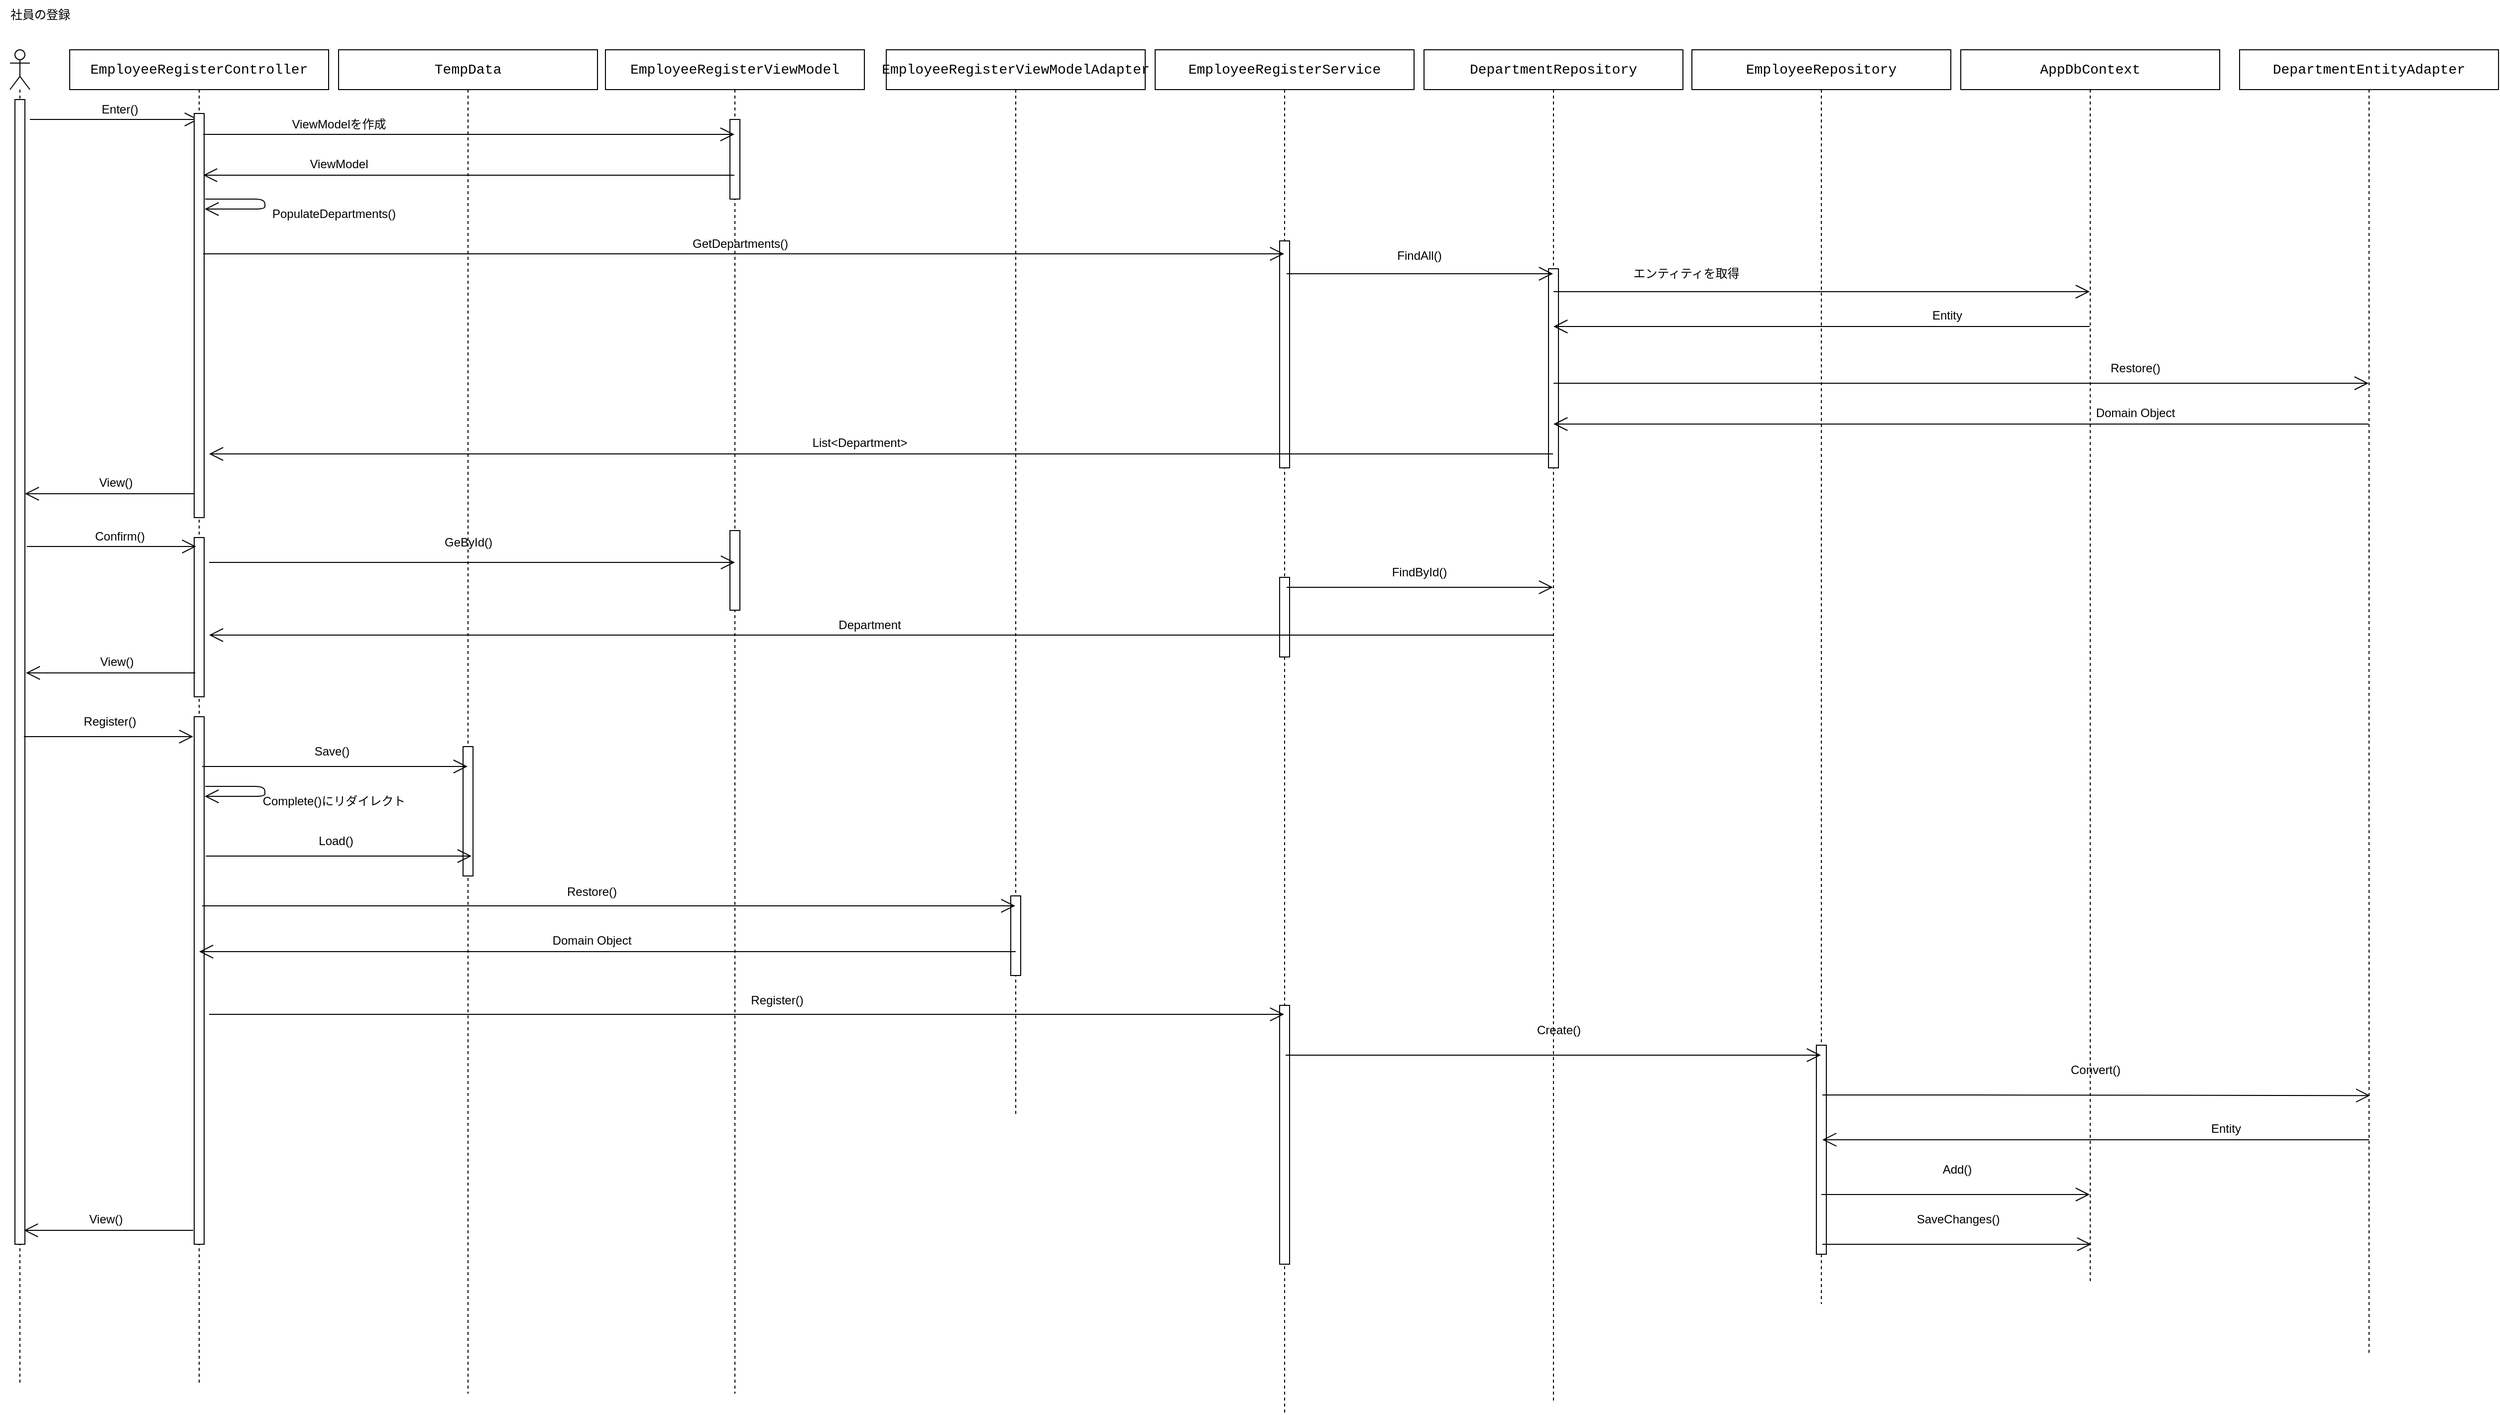
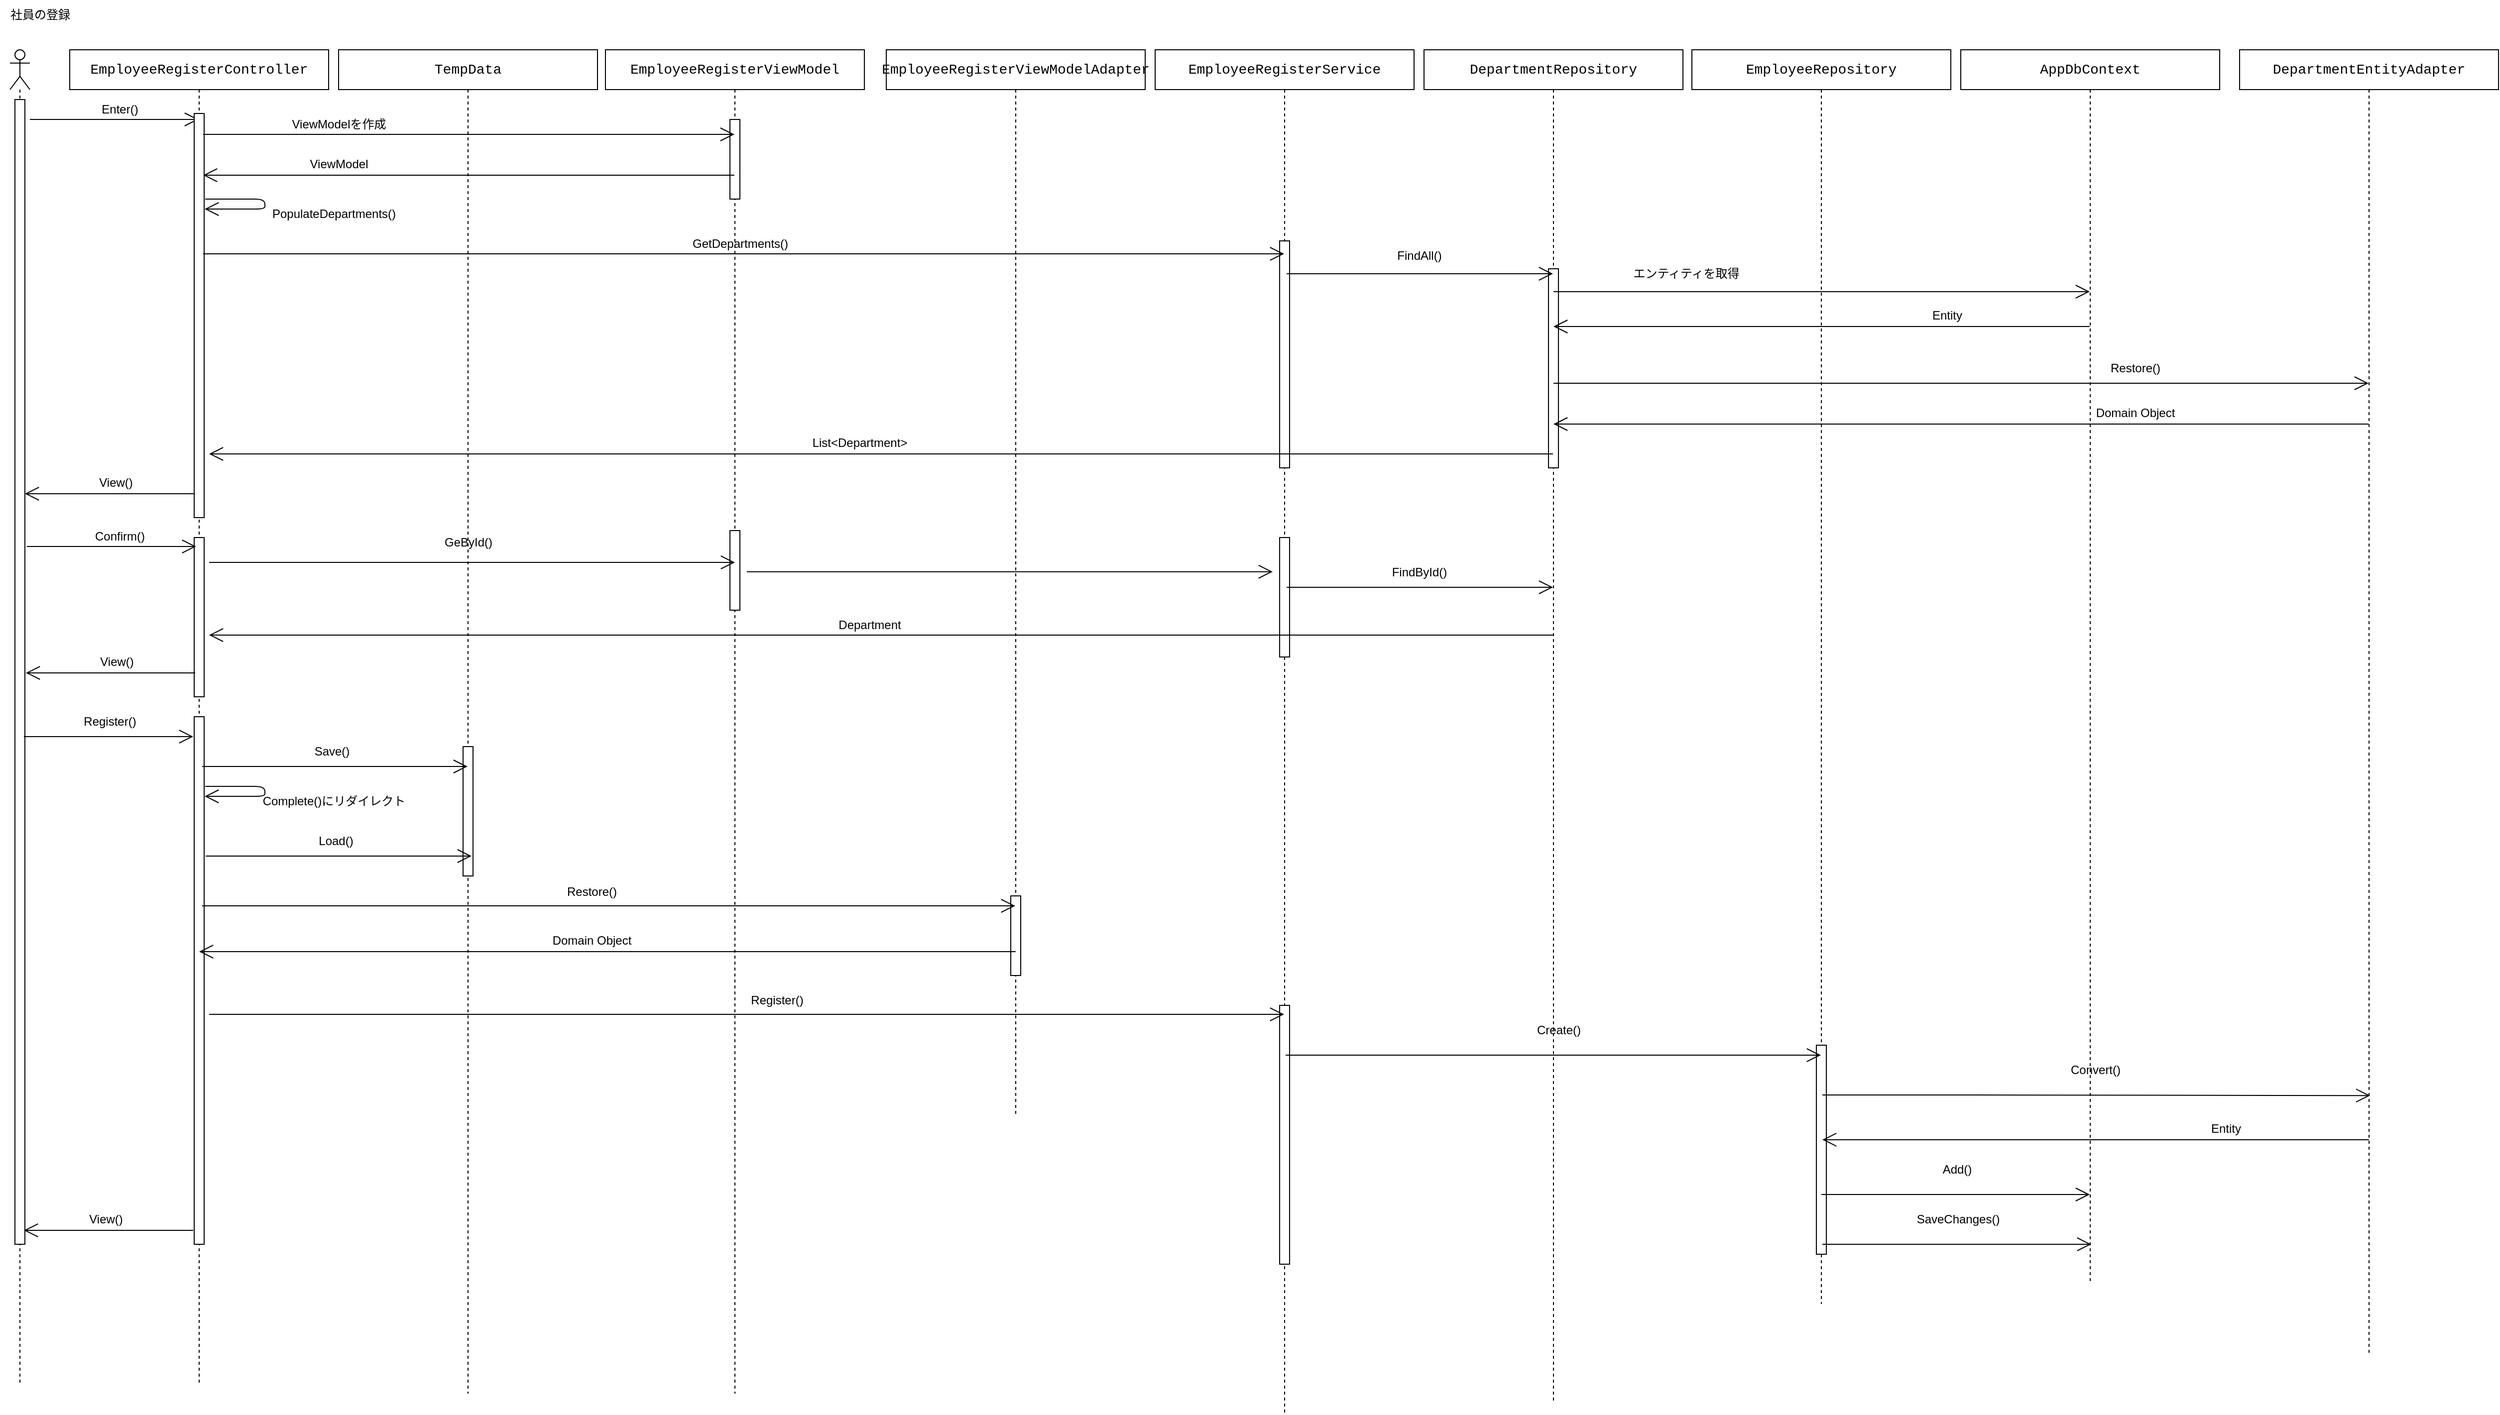
<mxfile host="65bd71144e">
    <diagram id="axI_IrC48X_eGzxyi9Jo" name="ページ1">
-         <mxGraphModel dx="1920" dy="1397" grid="1" gridSize="10" guides="1" tooltips="1" connect="1" arrows="1" fold="1" page="1" pageScale="1" pageWidth="827" pageHeight="1169" math="0" shadow="0">
+         <mxGraphModel dx="1233" dy="524" grid="1" gridSize="10" guides="1" tooltips="1" connect="1" arrows="1" fold="1" page="1" pageScale="1" pageWidth="827" pageHeight="1169" math="0" shadow="0">
            <root>
                <mxCell id="0"/>
                <mxCell id="1" parent="0"/>
-                 <mxCell id="3" value="" style="shape=umlLifeline;perimeter=lifelinePerimeter;whiteSpace=wrap;html=1;container=1;dropTarget=0;collapsible=0;recursiveResize=0;outlineConnect=0;portConstraint=eastwest;newEdgeStyle={&quot;curved&quot;:0,&quot;rounded&quot;:0};participant=umlActor;" vertex="1" parent="1">
+                 <mxCell id="3" value="" style="shape=umlLifeline;perimeter=lifelinePerimeter;whiteSpace=wrap;html=1;container=1;dropTarget=0;collapsible=0;recursiveResize=0;outlineConnect=0;portConstraint=eastwest;newEdgeStyle={&quot;curved&quot;:0,&quot;rounded&quot;:0};participant=umlActor;" parent="1" vertex="1">
                    <mxGeometry x="50" y="70" width="20" height="1340" as="geometry"/>
                </mxCell>
-                 <mxCell id="6" value="" style="html=1;points=[[0,0,0,0,5],[0,1,0,0,-5],[1,0,0,0,5],[1,1,0,0,-5]];perimeter=orthogonalPerimeter;outlineConnect=0;targetShapes=umlLifeline;portConstraint=eastwest;newEdgeStyle={&quot;curved&quot;:0,&quot;rounded&quot;:0};" vertex="1" parent="3">
+                 <mxCell id="6" value="" style="html=1;points=[[0,0,0,0,5],[0,1,0,0,-5],[1,0,0,0,5],[1,1,0,0,-5]];perimeter=orthogonalPerimeter;outlineConnect=0;targetShapes=umlLifeline;portConstraint=eastwest;newEdgeStyle={&quot;curved&quot;:0,&quot;rounded&quot;:0};" parent="3" vertex="1">
                    <mxGeometry x="5" y="50" width="10" height="1150" as="geometry"/>
                </mxCell>
-                 <mxCell id="5" value="社員の登録" style="text;html=1;align=center;verticalAlign=middle;resizable=0;points=[];autosize=1;strokeColor=none;fillColor=none;" vertex="1" parent="1">
+                 <mxCell id="5" value="社員の登録" style="text;html=1;align=center;verticalAlign=middle;resizable=0;points=[];autosize=1;strokeColor=none;fillColor=none;" parent="1" vertex="1">
                    <mxGeometry x="40" y="20" width="80" height="30" as="geometry"/>
                </mxCell>
-                 <mxCell id="8" value="&lt;font style=&quot;&quot;&gt;&lt;span style=&quot;font-family: Consolas, &amp;quot;Courier New&amp;quot;, monospace; font-size: 14px; white-space: pre;&quot;&gt;&lt;font style=&quot;color: light-dark(rgb(0, 0, 0), rgb(255, 255, 255));&quot;&gt;EmployeeRegisterViewModel&lt;/font&gt;&lt;/span&gt;&lt;/font&gt;" style="shape=umlLifeline;perimeter=lifelinePerimeter;whiteSpace=wrap;html=1;container=1;dropTarget=0;collapsible=0;recursiveResize=0;outlineConnect=0;portConstraint=eastwest;newEdgeStyle={&quot;curved&quot;:0,&quot;rounded&quot;:0};" vertex="1" parent="1">
+                 <mxCell id="8" value="&lt;font style=&quot;&quot;&gt;&lt;span style=&quot;font-family: Consolas, &amp;quot;Courier New&amp;quot;, monospace; font-size: 14px; white-space: pre;&quot;&gt;&lt;font style=&quot;color: light-dark(rgb(0, 0, 0), rgb(255, 255, 255));&quot;&gt;EmployeeRegisterViewModel&lt;/font&gt;&lt;/span&gt;&lt;/font&gt;" style="shape=umlLifeline;perimeter=lifelinePerimeter;whiteSpace=wrap;html=1;container=1;dropTarget=0;collapsible=0;recursiveResize=0;outlineConnect=0;portConstraint=eastwest;newEdgeStyle={&quot;curved&quot;:0,&quot;rounded&quot;:0};" parent="1" vertex="1">
                    <mxGeometry x="648" y="70" width="260" height="1350" as="geometry"/>
                </mxCell>
-                 <mxCell id="57" value="" style="html=1;points=[[0,0,0,0,5],[0,1,0,0,-5],[1,0,0,0,5],[1,1,0,0,-5]];perimeter=orthogonalPerimeter;outlineConnect=0;targetShapes=umlLifeline;portConstraint=eastwest;newEdgeStyle={&quot;curved&quot;:0,&quot;rounded&quot;:0};" vertex="1" parent="8">
+                 <mxCell id="57" value="" style="html=1;points=[[0,0,0,0,5],[0,1,0,0,-5],[1,0,0,0,5],[1,1,0,0,-5]];perimeter=orthogonalPerimeter;outlineConnect=0;targetShapes=umlLifeline;portConstraint=eastwest;newEdgeStyle={&quot;curved&quot;:0,&quot;rounded&quot;:0};" parent="8" vertex="1">
                    <mxGeometry x="125" y="70" width="10" height="80" as="geometry"/>
                </mxCell>
-                 <mxCell id="100" value="" style="html=1;points=[[0,0,0,0,5],[0,1,0,0,-5],[1,0,0,0,5],[1,1,0,0,-5]];perimeter=orthogonalPerimeter;outlineConnect=0;targetShapes=umlLifeline;portConstraint=eastwest;newEdgeStyle={&quot;curved&quot;:0,&quot;rounded&quot;:0};" vertex="1" parent="8">
+                 <mxCell id="100" value="" style="html=1;points=[[0,0,0,0,5],[0,1,0,0,-5],[1,0,0,0,5],[1,1,0,0,-5]];perimeter=orthogonalPerimeter;outlineConnect=0;targetShapes=umlLifeline;portConstraint=eastwest;newEdgeStyle={&quot;curved&quot;:0,&quot;rounded&quot;:0};" parent="8" vertex="1">
                    <mxGeometry x="125" y="483" width="10" height="80" as="geometry"/>
                </mxCell>
-                 <mxCell id="11" value="" style="endArrow=open;endFill=1;endSize=12;html=1;" edge="1" parent="1" target="13">
+                 <mxCell id="11" value="" style="endArrow=open;endFill=1;endSize=12;html=1;" parent="1" target="13" edge="1">
                    <mxGeometry width="160" relative="1" as="geometry">
                        <mxPoint x="70" y="140" as="sourcePoint"/>
                        <mxPoint x="200" y="140" as="targetPoint"/>
                        <Array as="points">
                            <mxPoint x="210.5" y="140"/>
                        </Array>
                    </mxGeometry>
                </mxCell>
-                 <mxCell id="12" value="Enter()" style="text;html=1;align=center;verticalAlign=middle;resizable=0;points=[];autosize=1;strokeColor=none;fillColor=none;" vertex="1" parent="1">
+                 <mxCell id="12" value="Enter()" style="text;html=1;align=center;verticalAlign=middle;resizable=0;points=[];autosize=1;strokeColor=none;fillColor=none;" parent="1" vertex="1">
                    <mxGeometry x="130" y="115" width="60" height="30" as="geometry"/>
                </mxCell>
-                 <mxCell id="13" value="&lt;font style=&quot;&quot;&gt;&lt;span style=&quot;font-family: Consolas, &amp;quot;Courier New&amp;quot;, monospace; font-size: 14px; white-space: pre;&quot;&gt;&lt;font style=&quot;color: light-dark(rgb(0, 0, 0), rgb(255, 255, 255));&quot;&gt;EmployeeRegisterController&lt;/font&gt;&lt;/span&gt;&lt;/font&gt;" style="shape=umlLifeline;perimeter=lifelinePerimeter;whiteSpace=wrap;html=1;container=1;dropTarget=0;collapsible=0;recursiveResize=0;outlineConnect=0;portConstraint=eastwest;newEdgeStyle={&quot;curved&quot;:0,&quot;rounded&quot;:0};" vertex="1" parent="1">
+                 <mxCell id="13" value="&lt;font style=&quot;&quot;&gt;&lt;span style=&quot;font-family: Consolas, &amp;quot;Courier New&amp;quot;, monospace; font-size: 14px; white-space: pre;&quot;&gt;&lt;font style=&quot;color: light-dark(rgb(0, 0, 0), rgb(255, 255, 255));&quot;&gt;EmployeeRegisterController&lt;/font&gt;&lt;/span&gt;&lt;/font&gt;" style="shape=umlLifeline;perimeter=lifelinePerimeter;whiteSpace=wrap;html=1;container=1;dropTarget=0;collapsible=0;recursiveResize=0;outlineConnect=0;portConstraint=eastwest;newEdgeStyle={&quot;curved&quot;:0,&quot;rounded&quot;:0};" parent="1" vertex="1">
                    <mxGeometry x="110" y="70" width="260" height="1340" as="geometry"/>
                </mxCell>
-                 <mxCell id="32" value="" style="html=1;points=[[0,0,0,0,5],[0,1,0,0,-5],[1,0,0,0,5],[1,1,0,0,-5]];perimeter=orthogonalPerimeter;outlineConnect=0;targetShapes=umlLifeline;portConstraint=eastwest;newEdgeStyle={&quot;curved&quot;:0,&quot;rounded&quot;:0};" vertex="1" parent="13">
+                 <mxCell id="32" value="" style="html=1;points=[[0,0,0,0,5],[0,1,0,0,-5],[1,0,0,0,5],[1,1,0,0,-5]];perimeter=orthogonalPerimeter;outlineConnect=0;targetShapes=umlLifeline;portConstraint=eastwest;newEdgeStyle={&quot;curved&quot;:0,&quot;rounded&quot;:0};" parent="13" vertex="1">
                    <mxGeometry x="125" y="64" width="10" height="406" as="geometry"/>
                </mxCell>
-                 <mxCell id="98" value="" style="html=1;points=[[0,0,0,0,5],[0,1,0,0,-5],[1,0,0,0,5],[1,1,0,0,-5]];perimeter=orthogonalPerimeter;outlineConnect=0;targetShapes=umlLifeline;portConstraint=eastwest;newEdgeStyle={&quot;curved&quot;:0,&quot;rounded&quot;:0};" vertex="1" parent="13">
+                 <mxCell id="98" value="" style="html=1;points=[[0,0,0,0,5],[0,1,0,0,-5],[1,0,0,0,5],[1,1,0,0,-5]];perimeter=orthogonalPerimeter;outlineConnect=0;targetShapes=umlLifeline;portConstraint=eastwest;newEdgeStyle={&quot;curved&quot;:0,&quot;rounded&quot;:0};" parent="13" vertex="1">
                    <mxGeometry x="125" y="490" width="10" height="160" as="geometry"/>
                </mxCell>
-                 <mxCell id="99" value="" style="html=1;points=[[0,0,0,0,5],[0,1,0,0,-5],[1,0,0,0,5],[1,1,0,0,-5]];perimeter=orthogonalPerimeter;outlineConnect=0;targetShapes=umlLifeline;portConstraint=eastwest;newEdgeStyle={&quot;curved&quot;:0,&quot;rounded&quot;:0};" vertex="1" parent="13">
+                 <mxCell id="99" value="" style="html=1;points=[[0,0,0,0,5],[0,1,0,0,-5],[1,0,0,0,5],[1,1,0,0,-5]];perimeter=orthogonalPerimeter;outlineConnect=0;targetShapes=umlLifeline;portConstraint=eastwest;newEdgeStyle={&quot;curved&quot;:0,&quot;rounded&quot;:0};" parent="13" vertex="1">
                    <mxGeometry x="125" y="670" width="10" height="530" as="geometry"/>
                </mxCell>
-                 <mxCell id="15" value="" style="endArrow=open;endFill=1;endSize=12;html=1;" edge="1" parent="1">
+                 <mxCell id="15" value="" style="endArrow=open;endFill=1;endSize=12;html=1;" parent="1" edge="1">
                    <mxGeometry width="160" relative="1" as="geometry">
                        <mxPoint x="235" y="516" as="sourcePoint"/>
                        <mxPoint x="65" y="516" as="targetPoint"/>
                        <Array as="points">
                            <mxPoint x="215.5" y="516"/>
                        </Array>
                    </mxGeometry>
                </mxCell>
-                 <mxCell id="18" value="View()" style="text;html=1;align=center;verticalAlign=middle;resizable=0;points=[];autosize=1;strokeColor=none;fillColor=none;" vertex="1" parent="1">
+                 <mxCell id="18" value="View()" style="text;html=1;align=center;verticalAlign=middle;resizable=0;points=[];autosize=1;strokeColor=none;fillColor=none;" parent="1" vertex="1">
                    <mxGeometry x="126" y="490" width="60" height="30" as="geometry"/>
                </mxCell>
-                 <mxCell id="19" value="" style="endArrow=open;endFill=1;endSize=12;html=1;" edge="1" parent="1">
+                 <mxCell id="19" value="" style="endArrow=open;endFill=1;endSize=12;html=1;" parent="1" edge="1">
                    <mxGeometry width="160" relative="1" as="geometry">
                        <mxPoint x="67" y="569" as="sourcePoint"/>
                        <mxPoint x="237" y="569" as="targetPoint"/>
                        <Array as="points">
                            <mxPoint x="207.5" y="569"/>
                        </Array>
                    </mxGeometry>
                </mxCell>
-                 <mxCell id="20" value="Confirm()" style="text;html=1;align=center;verticalAlign=middle;resizable=0;points=[];autosize=1;strokeColor=none;fillColor=none;" vertex="1" parent="1">
+                 <mxCell id="20" value="Confirm()" style="text;html=1;align=center;verticalAlign=middle;resizable=0;points=[];autosize=1;strokeColor=none;fillColor=none;" parent="1" vertex="1">
                    <mxGeometry x="125" y="544" width="70" height="30" as="geometry"/>
                </mxCell>
-                 <mxCell id="25" value="View()" style="text;html=1;align=center;verticalAlign=middle;resizable=0;points=[];autosize=1;strokeColor=none;fillColor=none;" vertex="1" parent="1">
+                 <mxCell id="25" value="View()" style="text;html=1;align=center;verticalAlign=middle;resizable=0;points=[];autosize=1;strokeColor=none;fillColor=none;" parent="1" vertex="1">
                    <mxGeometry x="127" y="670" width="60" height="30" as="geometry"/>
                </mxCell>
-                 <mxCell id="26" value="" style="endArrow=open;endFill=1;endSize=12;html=1;" edge="1" parent="1">
+                 <mxCell id="26" value="" style="endArrow=open;endFill=1;endSize=12;html=1;" parent="1" edge="1">
                    <mxGeometry width="160" relative="1" as="geometry">
                        <mxPoint x="236" y="696" as="sourcePoint"/>
                        <mxPoint x="66" y="696" as="targetPoint"/>
                        <Array as="points">
                            <mxPoint x="216.5" y="696"/>
                        </Array>
                    </mxGeometry>
                </mxCell>
-                 <mxCell id="29" value="" style="endArrow=open;endFill=1;endSize=12;html=1;" edge="1" parent="1">
+                 <mxCell id="29" value="" style="endArrow=open;endFill=1;endSize=12;html=1;" parent="1" edge="1">
                    <mxGeometry width="160" relative="1" as="geometry">
                        <mxPoint x="234" y="1256" as="sourcePoint"/>
                        <mxPoint x="64" y="1256" as="targetPoint"/>
                        <Array as="points">
                            <mxPoint x="214.5" y="1256"/>
                        </Array>
                    </mxGeometry>
                </mxCell>
-                 <mxCell id="30" value="View()" style="text;html=1;align=center;verticalAlign=middle;resizable=0;points=[];autosize=1;strokeColor=none;fillColor=none;" vertex="1" parent="1">
+                 <mxCell id="30" value="View()" style="text;html=1;align=center;verticalAlign=middle;resizable=0;points=[];autosize=1;strokeColor=none;fillColor=none;" parent="1" vertex="1">
                    <mxGeometry x="116" y="1230" width="60" height="30" as="geometry"/>
                </mxCell>
-                 <mxCell id="33" value="ViewModelを作成" style="text;html=1;align=center;verticalAlign=middle;resizable=0;points=[];autosize=1;strokeColor=none;fillColor=none;" vertex="1" parent="1">
+                 <mxCell id="33" value="ViewModelを作成" style="text;html=1;align=center;verticalAlign=middle;resizable=0;points=[];autosize=1;strokeColor=none;fillColor=none;" parent="1" vertex="1">
                    <mxGeometry x="320" y="130" width="120" height="30" as="geometry"/>
                </mxCell>
-                 <mxCell id="34" value="" style="endArrow=open;endFill=1;endSize=12;html=1;" edge="1" parent="1" target="8">
+                 <mxCell id="34" value="" style="endArrow=open;endFill=1;endSize=12;html=1;" parent="1" target="8" edge="1">
                    <mxGeometry width="160" relative="1" as="geometry">
                        <mxPoint x="244" y="155" as="sourcePoint"/>
                        <mxPoint x="414" y="155" as="targetPoint"/>
                        <Array as="points">
                            <mxPoint x="384.5" y="155"/>
                        </Array>
                    </mxGeometry>
                </mxCell>
-                 <mxCell id="35" value="" style="endArrow=open;endFill=1;endSize=12;html=1;" edge="1" parent="1" source="8">
+                 <mxCell id="35" value="" style="endArrow=open;endFill=1;endSize=12;html=1;" parent="1" source="8" edge="1">
                    <mxGeometry width="160" relative="1" as="geometry">
                        <mxPoint x="414" y="196" as="sourcePoint"/>
                        <mxPoint x="244" y="196" as="targetPoint"/>
                        <Array as="points">
                            <mxPoint x="394.5" y="196"/>
                        </Array>
                    </mxGeometry>
                </mxCell>
-                 <mxCell id="36" value="ViewModel" style="text;html=1;align=center;verticalAlign=middle;resizable=0;points=[];autosize=1;strokeColor=none;fillColor=none;" vertex="1" parent="1">
+                 <mxCell id="36" value="ViewModel" style="text;html=1;align=center;verticalAlign=middle;resizable=0;points=[];autosize=1;strokeColor=none;fillColor=none;" parent="1" vertex="1">
                    <mxGeometry x="340" y="170" width="80" height="30" as="geometry"/>
                </mxCell>
-                 <mxCell id="37" value="" style="endArrow=open;endFill=1;endSize=12;html=1;" edge="1" parent="1">
+                 <mxCell id="37" value="" style="endArrow=open;endFill=1;endSize=12;html=1;" parent="1" edge="1">
                    <mxGeometry width="160" relative="1" as="geometry">
                        <mxPoint x="246" y="220" as="sourcePoint"/>
                        <mxPoint x="245.5" y="230" as="targetPoint"/>
                        <Array as="points">
                            <mxPoint x="306" y="220"/>
                            <mxPoint x="306" y="230"/>
                        </Array>
                    </mxGeometry>
                </mxCell>
-                 <mxCell id="38" value="PopulateDepartments()" style="text;html=1;align=center;verticalAlign=middle;resizable=0;points=[];autosize=1;strokeColor=none;fillColor=none;" vertex="1" parent="1">
+                 <mxCell id="38" value="PopulateDepartments()" style="text;html=1;align=center;verticalAlign=middle;resizable=0;points=[];autosize=1;strokeColor=none;fillColor=none;" parent="1" vertex="1">
                    <mxGeometry x="300" y="220" width="150" height="30" as="geometry"/>
                </mxCell>
-                 <mxCell id="39" value="&lt;font style=&quot;&quot;&gt;&lt;span style=&quot;font-family: Consolas, &amp;quot;Courier New&amp;quot;, monospace; font-size: 14px; white-space: pre;&quot;&gt;&lt;font style=&quot;color: light-dark(rgb(0, 0, 0), rgb(255, 255, 255));&quot;&gt;EmployeeRegisterService&lt;/font&gt;&lt;/span&gt;&lt;/font&gt;" style="shape=umlLifeline;perimeter=lifelinePerimeter;whiteSpace=wrap;html=1;container=1;dropTarget=0;collapsible=0;recursiveResize=0;outlineConnect=0;portConstraint=eastwest;newEdgeStyle={&quot;curved&quot;:0,&quot;rounded&quot;:0};" vertex="1" parent="1">
+                 <mxCell id="39" value="&lt;font style=&quot;&quot;&gt;&lt;span style=&quot;font-family: Consolas, &amp;quot;Courier New&amp;quot;, monospace; font-size: 14px; white-space: pre;&quot;&gt;&lt;font style=&quot;color: light-dark(rgb(0, 0, 0), rgb(255, 255, 255));&quot;&gt;EmployeeRegisterService&lt;/font&gt;&lt;/span&gt;&lt;/font&gt;" style="shape=umlLifeline;perimeter=lifelinePerimeter;whiteSpace=wrap;html=1;container=1;dropTarget=0;collapsible=0;recursiveResize=0;outlineConnect=0;portConstraint=eastwest;newEdgeStyle={&quot;curved&quot;:0,&quot;rounded&quot;:0};" parent="1" vertex="1">
                    <mxGeometry x="1200" y="70" width="260" height="1370" as="geometry"/>
                </mxCell>
-                 <mxCell id="103" value="" style="html=1;points=[[0,0,0,0,5],[0,1,0,0,-5],[1,0,0,0,5],[1,1,0,0,-5]];perimeter=orthogonalPerimeter;outlineConnect=0;targetShapes=umlLifeline;portConstraint=eastwest;newEdgeStyle={&quot;curved&quot;:0,&quot;rounded&quot;:0};" vertex="1" parent="39">
+                 <mxCell id="103" value="" style="html=1;points=[[0,0,0,0,5],[0,1,0,0,-5],[1,0,0,0,5],[1,1,0,0,-5]];perimeter=orthogonalPerimeter;outlineConnect=0;targetShapes=umlLifeline;portConstraint=eastwest;newEdgeStyle={&quot;curved&quot;:0,&quot;rounded&quot;:0};" parent="39" vertex="1">
                    <mxGeometry x="125" y="192" width="10" height="228" as="geometry"/>
                </mxCell>
-                 <mxCell id="104" value="" style="html=1;points=[[0,0,0,0,5],[0,1,0,0,-5],[1,0,0,0,5],[1,1,0,0,-5]];perimeter=orthogonalPerimeter;outlineConnect=0;targetShapes=umlLifeline;portConstraint=eastwest;newEdgeStyle={&quot;curved&quot;:0,&quot;rounded&quot;:0};" vertex="1" parent="39">
-                     <mxGeometry x="125" y="530" width="10" height="80" as="geometry"/>
-                 </mxCell>
-                 <mxCell id="105" value="" style="html=1;points=[[0,0,0,0,5],[0,1,0,0,-5],[1,0,0,0,5],[1,1,0,0,-5]];perimeter=orthogonalPerimeter;outlineConnect=0;targetShapes=umlLifeline;portConstraint=eastwest;newEdgeStyle={&quot;curved&quot;:0,&quot;rounded&quot;:0};" vertex="1" parent="39">
+                 <mxCell id="104" value="" style="html=1;points=[[0,0,0,0,5],[0,1,0,0,-5],[1,0,0,0,5],[1,1,0,0,-5]];perimeter=orthogonalPerimeter;outlineConnect=0;targetShapes=umlLifeline;portConstraint=eastwest;newEdgeStyle={&quot;curved&quot;:0,&quot;rounded&quot;:0};" parent="39" vertex="1">
+                     <mxGeometry x="125" y="490" width="10" height="120" as="geometry"/>
+                 </mxCell>
+                 <mxCell id="105" value="" style="html=1;points=[[0,0,0,0,5],[0,1,0,0,-5],[1,0,0,0,5],[1,1,0,0,-5]];perimeter=orthogonalPerimeter;outlineConnect=0;targetShapes=umlLifeline;portConstraint=eastwest;newEdgeStyle={&quot;curved&quot;:0,&quot;rounded&quot;:0};" parent="39" vertex="1">
                    <mxGeometry x="125" y="960" width="10" height="260" as="geometry"/>
                </mxCell>
-                 <mxCell id="40" value="" style="endArrow=open;endFill=1;endSize=12;html=1;" edge="1" parent="1" target="39">
+                 <mxCell id="40" value="" style="endArrow=open;endFill=1;endSize=12;html=1;" parent="1" target="39" edge="1">
                    <mxGeometry width="160" relative="1" as="geometry">
                        <mxPoint x="244" y="275" as="sourcePoint"/>
                        <mxPoint x="414" y="275" as="targetPoint"/>
                        <Array as="points">
                            <mxPoint x="384.5" y="275"/>
                        </Array>
                    </mxGeometry>
                </mxCell>
-                 <mxCell id="41" value="GetDepartments()" style="text;html=1;align=center;verticalAlign=middle;resizable=0;points=[];autosize=1;strokeColor=none;fillColor=none;" vertex="1" parent="1">
+                 <mxCell id="41" value="GetDepartments()" style="text;html=1;align=center;verticalAlign=middle;resizable=0;points=[];autosize=1;strokeColor=none;fillColor=none;" parent="1" vertex="1">
                    <mxGeometry x="723" y="250" width="120" height="30" as="geometry"/>
                </mxCell>
-                 <mxCell id="42" value="&lt;font style=&quot;&quot;&gt;&lt;span style=&quot;font-family: Consolas, &amp;quot;Courier New&amp;quot;, monospace; font-size: 14px; white-space: pre;&quot;&gt;&lt;font style=&quot;color: light-dark(rgb(0, 0, 0), rgb(255, 255, 255));&quot;&gt;DepartmentRepository&lt;/font&gt;&lt;/span&gt;&lt;/font&gt;" style="shape=umlLifeline;perimeter=lifelinePerimeter;whiteSpace=wrap;html=1;container=1;dropTarget=0;collapsible=0;recursiveResize=0;outlineConnect=0;portConstraint=eastwest;newEdgeStyle={&quot;curved&quot;:0,&quot;rounded&quot;:0};" vertex="1" parent="1">
+                 <mxCell id="42" value="&lt;font style=&quot;&quot;&gt;&lt;span style=&quot;font-family: Consolas, &amp;quot;Courier New&amp;quot;, monospace; font-size: 14px; white-space: pre;&quot;&gt;&lt;font style=&quot;color: light-dark(rgb(0, 0, 0), rgb(255, 255, 255));&quot;&gt;DepartmentRepository&lt;/font&gt;&lt;/span&gt;&lt;/font&gt;" style="shape=umlLifeline;perimeter=lifelinePerimeter;whiteSpace=wrap;html=1;container=1;dropTarget=0;collapsible=0;recursiveResize=0;outlineConnect=0;portConstraint=eastwest;newEdgeStyle={&quot;curved&quot;:0,&quot;rounded&quot;:0};" parent="1" vertex="1">
                    <mxGeometry x="1470" y="70" width="260" height="1360" as="geometry"/>
                </mxCell>
-                 <mxCell id="106" value="" style="html=1;points=[[0,0,0,0,5],[0,1,0,0,-5],[1,0,0,0,5],[1,1,0,0,-5]];perimeter=orthogonalPerimeter;outlineConnect=0;targetShapes=umlLifeline;portConstraint=eastwest;newEdgeStyle={&quot;curved&quot;:0,&quot;rounded&quot;:0};" vertex="1" parent="42">
+                 <mxCell id="106" value="" style="html=1;points=[[0,0,0,0,5],[0,1,0,0,-5],[1,0,0,0,5],[1,1,0,0,-5]];perimeter=orthogonalPerimeter;outlineConnect=0;targetShapes=umlLifeline;portConstraint=eastwest;newEdgeStyle={&quot;curved&quot;:0,&quot;rounded&quot;:0};" parent="42" vertex="1">
                    <mxGeometry x="125" y="220" width="10" height="200" as="geometry"/>
                </mxCell>
-                 <mxCell id="43" value="" style="endArrow=open;endFill=1;endSize=12;html=1;" edge="1" parent="1" target="42">
+                 <mxCell id="43" value="" style="endArrow=open;endFill=1;endSize=12;html=1;" parent="1" target="42" edge="1">
                    <mxGeometry width="160" relative="1" as="geometry">
                        <mxPoint x="1332" y="295" as="sourcePoint"/>
                        <mxPoint x="1868" y="295" as="targetPoint"/>
                        <Array as="points">
                            <mxPoint x="1472.5" y="295"/>
                        </Array>
                    </mxGeometry>
                </mxCell>
-                 <mxCell id="44" value="FindAll()" style="text;html=1;align=center;verticalAlign=middle;resizable=0;points=[];autosize=1;strokeColor=none;fillColor=none;" vertex="1" parent="1">
+                 <mxCell id="44" value="FindAll()" style="text;html=1;align=center;verticalAlign=middle;resizable=0;points=[];autosize=1;strokeColor=none;fillColor=none;" parent="1" vertex="1">
                    <mxGeometry x="1430" y="262" width="70" height="30" as="geometry"/>
                </mxCell>
-                 <mxCell id="45" value="&lt;font style=&quot;&quot;&gt;&lt;span style=&quot;font-family: Consolas, &amp;quot;Courier New&amp;quot;, monospace; font-size: 14px; white-space: pre;&quot;&gt;&lt;font style=&quot;color: light-dark(rgb(0, 0, 0), rgb(255, 255, 255));&quot;&gt;AppDbContext&lt;/font&gt;&lt;/span&gt;&lt;/font&gt;" style="shape=umlLifeline;perimeter=lifelinePerimeter;whiteSpace=wrap;html=1;container=1;dropTarget=0;collapsible=0;recursiveResize=0;outlineConnect=0;portConstraint=eastwest;newEdgeStyle={&quot;curved&quot;:0,&quot;rounded&quot;:0};" vertex="1" parent="1">
+                 <mxCell id="45" value="&lt;font style=&quot;&quot;&gt;&lt;span style=&quot;font-family: Consolas, &amp;quot;Courier New&amp;quot;, monospace; font-size: 14px; white-space: pre;&quot;&gt;&lt;font style=&quot;color: light-dark(rgb(0, 0, 0), rgb(255, 255, 255));&quot;&gt;AppDbContext&lt;/font&gt;&lt;/span&gt;&lt;/font&gt;" style="shape=umlLifeline;perimeter=lifelinePerimeter;whiteSpace=wrap;html=1;container=1;dropTarget=0;collapsible=0;recursiveResize=0;outlineConnect=0;portConstraint=eastwest;newEdgeStyle={&quot;curved&quot;:0,&quot;rounded&quot;:0};" parent="1" vertex="1">
                    <mxGeometry x="2009" y="70" width="260" height="1240" as="geometry"/>
                </mxCell>
-                 <mxCell id="46" value="" style="endArrow=open;endFill=1;endSize=12;html=1;" edge="1" parent="1" target="45">
+                 <mxCell id="46" value="" style="endArrow=open;endFill=1;endSize=12;html=1;" parent="1" target="45" edge="1">
                    <mxGeometry width="160" relative="1" as="geometry">
                        <mxPoint x="1600" y="313" as="sourcePoint"/>
                        <mxPoint x="1868" y="313" as="targetPoint"/>
                        <Array as="points">
                            <mxPoint x="1740.5" y="313"/>
                        </Array>
                    </mxGeometry>
                </mxCell>
-                 <mxCell id="47" value="エンティティを取得" style="text;html=1;align=center;verticalAlign=middle;resizable=0;points=[];autosize=1;strokeColor=none;fillColor=none;" vertex="1" parent="1">
+                 <mxCell id="47" value="エンティティを取得" style="text;html=1;align=center;verticalAlign=middle;resizable=0;points=[];autosize=1;strokeColor=none;fillColor=none;" parent="1" vertex="1">
                    <mxGeometry x="1668" y="280" width="130" height="30" as="geometry"/>
                </mxCell>
-                 <mxCell id="48" value="Entity" style="text;html=1;align=center;verticalAlign=middle;resizable=0;points=[];autosize=1;strokeColor=none;fillColor=none;" vertex="1" parent="1">
+                 <mxCell id="48" value="Entity" style="text;html=1;align=center;verticalAlign=middle;resizable=0;points=[];autosize=1;strokeColor=none;fillColor=none;" parent="1" vertex="1">
                    <mxGeometry x="1970" y="322" width="50" height="30" as="geometry"/>
                </mxCell>
-                 <mxCell id="49" value="" style="endArrow=open;endFill=1;endSize=12;html=1;" edge="1" parent="1" source="45">
+                 <mxCell id="49" value="" style="endArrow=open;endFill=1;endSize=12;html=1;" parent="1" source="45" edge="1">
                    <mxGeometry width="160" relative="1" as="geometry">
                        <mxPoint x="1866" y="348" as="sourcePoint"/>
                        <mxPoint x="1600" y="348" as="targetPoint"/>
                        <Array as="points"/>
                    </mxGeometry>
                </mxCell>
-                 <mxCell id="50" value="&lt;font face=&quot;Consolas, Courier New, monospace&quot;&gt;&lt;span style=&quot;font-size: 14px; white-space: pre;&quot;&gt;DepartmentEntityAdapter&lt;/span&gt;&lt;/font&gt;" style="shape=umlLifeline;perimeter=lifelinePerimeter;whiteSpace=wrap;html=1;container=1;dropTarget=0;collapsible=0;recursiveResize=0;outlineConnect=0;portConstraint=eastwest;newEdgeStyle={&quot;curved&quot;:0,&quot;rounded&quot;:0};" vertex="1" parent="1">
+                 <mxCell id="50" value="&lt;font face=&quot;Consolas, Courier New, monospace&quot;&gt;&lt;span style=&quot;font-size: 14px; white-space: pre;&quot;&gt;DepartmentEntityAdapter&lt;/span&gt;&lt;/font&gt;" style="shape=umlLifeline;perimeter=lifelinePerimeter;whiteSpace=wrap;html=1;container=1;dropTarget=0;collapsible=0;recursiveResize=0;outlineConnect=0;portConstraint=eastwest;newEdgeStyle={&quot;curved&quot;:0,&quot;rounded&quot;:0};" parent="1" vertex="1">
                    <mxGeometry x="2289" y="70" width="260" height="1310" as="geometry"/>
                </mxCell>
-                 <mxCell id="51" value="" style="endArrow=open;endFill=1;endSize=12;html=1;" edge="1" parent="1" source="42" target="50">
+                 <mxCell id="51" value="" style="endArrow=open;endFill=1;endSize=12;html=1;" parent="1" source="42" target="50" edge="1">
                    <mxGeometry width="160" relative="1" as="geometry">
                        <mxPoint x="1610" y="440" as="sourcePoint"/>
                        <mxPoint x="1890" y="405" as="targetPoint"/>
                        <Array as="points">
                            <mxPoint x="1750.5" y="405"/>
                        </Array>
                    </mxGeometry>
                </mxCell>
-                 <mxCell id="52" value="Restore()" style="text;html=1;align=center;verticalAlign=middle;resizable=0;points=[];autosize=1;strokeColor=none;fillColor=none;" vertex="1" parent="1">
+                 <mxCell id="52" value="Restore()" style="text;html=1;align=center;verticalAlign=middle;resizable=0;points=[];autosize=1;strokeColor=none;fillColor=none;" parent="1" vertex="1">
                    <mxGeometry x="2149" y="375" width="70" height="30" as="geometry"/>
                </mxCell>
-                 <mxCell id="53" value="" style="endArrow=open;endFill=1;endSize=12;html=1;" edge="1" parent="1" source="50">
+                 <mxCell id="53" value="" style="endArrow=open;endFill=1;endSize=12;html=1;" parent="1" source="50" edge="1">
                    <mxGeometry width="160" relative="1" as="geometry">
                        <mxPoint x="1880" y="446" as="sourcePoint"/>
                        <mxPoint x="1600" y="446" as="targetPoint"/>
                        <Array as="points"/>
                    </mxGeometry>
                </mxCell>
-                 <mxCell id="54" value="Domain Object" style="text;html=1;align=center;verticalAlign=middle;resizable=0;points=[];autosize=1;strokeColor=none;fillColor=none;" vertex="1" parent="1">
+                 <mxCell id="54" value="Domain Object" style="text;html=1;align=center;verticalAlign=middle;resizable=0;points=[];autosize=1;strokeColor=none;fillColor=none;" parent="1" vertex="1">
                    <mxGeometry x="2134" y="420" width="100" height="30" as="geometry"/>
                </mxCell>
-                 <mxCell id="55" value="List&amp;lt;Department&amp;gt;" style="text;html=1;align=center;verticalAlign=middle;resizable=0;points=[];autosize=1;strokeColor=none;fillColor=none;" vertex="1" parent="1">
+                 <mxCell id="55" value="List&amp;lt;Department&amp;gt;" style="text;html=1;align=center;verticalAlign=middle;resizable=0;points=[];autosize=1;strokeColor=none;fillColor=none;" parent="1" vertex="1">
                    <mxGeometry x="843" y="450" width="120" height="30" as="geometry"/>
                </mxCell>
-                 <mxCell id="56" value="" style="endArrow=open;endFill=1;endSize=12;html=1;" edge="1" parent="1" source="42">
+                 <mxCell id="56" value="" style="endArrow=open;endFill=1;endSize=12;html=1;" parent="1" source="42" edge="1">
                    <mxGeometry width="160" relative="1" as="geometry">
                        <mxPoint x="1050" y="476" as="sourcePoint"/>
                        <mxPoint x="250" y="476" as="targetPoint"/>
                        <Array as="points"/>
                    </mxGeometry>
                </mxCell>
-                 <mxCell id="58" value="" style="endArrow=open;endFill=1;endSize=12;html=1;" edge="1" parent="1">
+                 <mxCell id="58" value="" style="endArrow=open;endFill=1;endSize=12;html=1;" parent="1" edge="1">
                    <mxGeometry width="160" relative="1" as="geometry">
                        <mxPoint x="250" y="585" as="sourcePoint"/>
                        <mxPoint x="778" y="585" as="targetPoint"/>
                        <Array as="points">
                            <mxPoint x="382.5" y="585"/>
                        </Array>
                    </mxGeometry>
                </mxCell>
-                 <mxCell id="59" value="GeById()" style="text;html=1;align=center;verticalAlign=middle;resizable=0;points=[];autosize=1;strokeColor=none;fillColor=none;" vertex="1" parent="1">
+                 <mxCell id="59" value="GeById()" style="text;html=1;align=center;verticalAlign=middle;resizable=0;points=[];autosize=1;strokeColor=none;fillColor=none;" parent="1" vertex="1">
                    <mxGeometry x="475" y="550" width="70" height="30" as="geometry"/>
                </mxCell>
-                 <mxCell id="60" value="" style="endArrow=open;endFill=1;endSize=12;html=1;" edge="1" parent="1" target="42">
+                 <mxCell id="60" value="" style="endArrow=open;endFill=1;endSize=12;html=1;" parent="1" target="42" edge="1">
                    <mxGeometry width="160" relative="1" as="geometry">
                        <mxPoint x="1332" y="610" as="sourcePoint"/>
                        <mxPoint x="1868" y="610" as="targetPoint"/>
                        <Array as="points">
                            <mxPoint x="1472.5" y="610"/>
                        </Array>
                    </mxGeometry>
                </mxCell>
-                 <mxCell id="61" value="FindById()" style="text;html=1;align=center;verticalAlign=middle;resizable=0;points=[];autosize=1;strokeColor=none;fillColor=none;" vertex="1" parent="1">
+                 <mxCell id="61" value="FindById()" style="text;html=1;align=center;verticalAlign=middle;resizable=0;points=[];autosize=1;strokeColor=none;fillColor=none;" parent="1" vertex="1">
                    <mxGeometry x="1425" y="580" width="80" height="30" as="geometry"/>
                </mxCell>
-                 <mxCell id="62" value="Department" style="text;html=1;align=center;verticalAlign=middle;resizable=0;points=[];autosize=1;strokeColor=none;fillColor=none;" vertex="1" parent="1">
+                 <mxCell id="62" value="Department" style="text;html=1;align=center;verticalAlign=middle;resizable=0;points=[];autosize=1;strokeColor=none;fillColor=none;" parent="1" vertex="1">
                    <mxGeometry x="868" y="633" width="90" height="30" as="geometry"/>
                </mxCell>
-                 <mxCell id="63" value="" style="endArrow=open;endFill=1;endSize=12;html=1;" edge="1" parent="1" source="42">
+                 <mxCell id="63" value="" style="endArrow=open;endFill=1;endSize=12;html=1;" parent="1" source="42" edge="1">
                    <mxGeometry width="160" relative="1" as="geometry">
                        <mxPoint x="1048" y="658" as="sourcePoint"/>
                        <mxPoint x="250" y="658" as="targetPoint"/>
                        <Array as="points">
                            <mxPoint x="932.5" y="658"/>
                        </Array>
                    </mxGeometry>
                </mxCell>
-                 <mxCell id="64" value="" style="endArrow=open;endFill=1;endSize=12;html=1;" edge="1" parent="1">
+                 <mxCell id="64" value="" style="endArrow=open;endFill=1;endSize=12;html=1;" parent="1" edge="1">
                    <mxGeometry width="160" relative="1" as="geometry">
                        <mxPoint x="64" y="760" as="sourcePoint"/>
                        <mxPoint x="234" y="760" as="targetPoint"/>
                        <Array as="points">
                            <mxPoint x="204.5" y="760"/>
                        </Array>
                    </mxGeometry>
                </mxCell>
-                 <mxCell id="65" value="Register()" style="text;html=1;align=center;verticalAlign=middle;resizable=0;points=[];autosize=1;strokeColor=none;fillColor=none;" vertex="1" parent="1">
+                 <mxCell id="65" value="Register()" style="text;html=1;align=center;verticalAlign=middle;resizable=0;points=[];autosize=1;strokeColor=none;fillColor=none;" parent="1" vertex="1">
                    <mxGeometry x="110" y="730" width="80" height="30" as="geometry"/>
                </mxCell>
-                 <mxCell id="66" value="" style="endArrow=open;endFill=1;endSize=12;html=1;" edge="1" parent="1">
+                 <mxCell id="66" value="" style="endArrow=open;endFill=1;endSize=12;html=1;" parent="1" edge="1">
                    <mxGeometry width="160" relative="1" as="geometry">
                        <mxPoint x="246" y="810" as="sourcePoint"/>
                        <mxPoint x="245.5" y="820" as="targetPoint"/>
                        <Array as="points">
                            <mxPoint x="306" y="810"/>
                            <mxPoint x="306" y="820"/>
                        </Array>
                    </mxGeometry>
                </mxCell>
-                 <mxCell id="67" value="Complete()にリダイレクト" style="text;html=1;align=center;verticalAlign=middle;resizable=0;points=[];autosize=1;strokeColor=none;fillColor=none;" vertex="1" parent="1">
+                 <mxCell id="67" value="Complete()にリダイレクト" style="text;html=1;align=center;verticalAlign=middle;resizable=0;points=[];autosize=1;strokeColor=none;fillColor=none;" parent="1" vertex="1">
                    <mxGeometry x="290" y="810" width="170" height="30" as="geometry"/>
                </mxCell>
-                 <mxCell id="68" value="&lt;font style=&quot;&quot;&gt;&lt;span style=&quot;font-family: Consolas, &amp;quot;Courier New&amp;quot;, monospace; font-size: 14px; white-space: pre;&quot;&gt;&lt;font style=&quot;color: light-dark(rgb(0, 0, 0), rgb(255, 255, 255));&quot;&gt;TempData&lt;/font&gt;&lt;/span&gt;&lt;/font&gt;" style="shape=umlLifeline;perimeter=lifelinePerimeter;whiteSpace=wrap;html=1;container=1;dropTarget=0;collapsible=0;recursiveResize=0;outlineConnect=0;portConstraint=eastwest;newEdgeStyle={&quot;curved&quot;:0,&quot;rounded&quot;:0};" vertex="1" parent="1">
+                 <mxCell id="68" value="&lt;font style=&quot;&quot;&gt;&lt;span style=&quot;font-family: Consolas, &amp;quot;Courier New&amp;quot;, monospace; font-size: 14px; white-space: pre;&quot;&gt;&lt;font style=&quot;color: light-dark(rgb(0, 0, 0), rgb(255, 255, 255));&quot;&gt;TempData&lt;/font&gt;&lt;/span&gt;&lt;/font&gt;" style="shape=umlLifeline;perimeter=lifelinePerimeter;whiteSpace=wrap;html=1;container=1;dropTarget=0;collapsible=0;recursiveResize=0;outlineConnect=0;portConstraint=eastwest;newEdgeStyle={&quot;curved&quot;:0,&quot;rounded&quot;:0};" parent="1" vertex="1">
                    <mxGeometry x="380" y="70" width="260" height="1350" as="geometry"/>
                </mxCell>
-                 <mxCell id="97" value="" style="html=1;points=[[0,0,0,0,5],[0,1,0,0,-5],[1,0,0,0,5],[1,1,0,0,-5]];perimeter=orthogonalPerimeter;outlineConnect=0;targetShapes=umlLifeline;portConstraint=eastwest;newEdgeStyle={&quot;curved&quot;:0,&quot;rounded&quot;:0};" vertex="1" parent="68">
+                 <mxCell id="97" value="" style="html=1;points=[[0,0,0,0,5],[0,1,0,0,-5],[1,0,0,0,5],[1,1,0,0,-5]];perimeter=orthogonalPerimeter;outlineConnect=0;targetShapes=umlLifeline;portConstraint=eastwest;newEdgeStyle={&quot;curved&quot;:0,&quot;rounded&quot;:0};" parent="68" vertex="1">
                    <mxGeometry x="125" y="700" width="10" height="130" as="geometry"/>
                </mxCell>
-                 <mxCell id="71" value="Save()" style="text;html=1;align=center;verticalAlign=middle;resizable=0;points=[];autosize=1;strokeColor=none;fillColor=none;" vertex="1" parent="1">
+                 <mxCell id="71" value="Save()" style="text;html=1;align=center;verticalAlign=middle;resizable=0;points=[];autosize=1;strokeColor=none;fillColor=none;" parent="1" vertex="1">
                    <mxGeometry x="343" y="760" width="60" height="30" as="geometry"/>
                </mxCell>
-                 <mxCell id="72" value="" style="endArrow=open;endFill=1;endSize=12;html=1;" edge="1" parent="1" target="68">
+                 <mxCell id="72" value="" style="endArrow=open;endFill=1;endSize=12;html=1;" parent="1" target="68" edge="1">
                    <mxGeometry width="160" relative="1" as="geometry">
                        <mxPoint x="243" y="790" as="sourcePoint"/>
                        <mxPoint x="413" y="790" as="targetPoint"/>
                        <Array as="points">
                            <mxPoint x="383.5" y="790"/>
                        </Array>
                    </mxGeometry>
                </mxCell>
-                 <mxCell id="73" value="" style="endArrow=open;endFill=1;endSize=12;html=1;" edge="1" parent="1">
+                 <mxCell id="73" value="" style="endArrow=open;endFill=1;endSize=12;html=1;" parent="1" edge="1">
                    <mxGeometry width="160" relative="1" as="geometry">
                        <mxPoint x="246.5" y="880" as="sourcePoint"/>
                        <mxPoint x="513.5" y="880" as="targetPoint"/>
                        <Array as="points">
                            <mxPoint x="387" y="880"/>
                        </Array>
                    </mxGeometry>
                </mxCell>
-                 <mxCell id="74" value="Load()" style="text;html=1;align=center;verticalAlign=middle;resizable=0;points=[];autosize=1;strokeColor=none;fillColor=none;" vertex="1" parent="1">
+                 <mxCell id="74" value="Load()" style="text;html=1;align=center;verticalAlign=middle;resizable=0;points=[];autosize=1;strokeColor=none;fillColor=none;" parent="1" vertex="1">
                    <mxGeometry x="346.5" y="850" width="60" height="30" as="geometry"/>
                </mxCell>
-                 <mxCell id="76" value="&lt;font style=&quot;&quot;&gt;&lt;span style=&quot;font-family: Consolas, &amp;quot;Courier New&amp;quot;, monospace; font-size: 14px; white-space: pre;&quot;&gt;&lt;font style=&quot;color: light-dark(rgb(0, 0, 0), rgb(255, 255, 255));&quot;&gt;EmployeeRegisterViewModelAdapter&lt;/font&gt;&lt;/span&gt;&lt;/font&gt;" style="shape=umlLifeline;perimeter=lifelinePerimeter;whiteSpace=wrap;html=1;container=1;dropTarget=0;collapsible=0;recursiveResize=0;outlineConnect=0;portConstraint=eastwest;newEdgeStyle={&quot;curved&quot;:0,&quot;rounded&quot;:0};" vertex="1" parent="1">
+                 <mxCell id="76" value="&lt;font style=&quot;&quot;&gt;&lt;span style=&quot;font-family: Consolas, &amp;quot;Courier New&amp;quot;, monospace; font-size: 14px; white-space: pre;&quot;&gt;&lt;font style=&quot;color: light-dark(rgb(0, 0, 0), rgb(255, 255, 255));&quot;&gt;EmployeeRegisterViewModelAdapter&lt;/font&gt;&lt;/span&gt;&lt;/font&gt;" style="shape=umlLifeline;perimeter=lifelinePerimeter;whiteSpace=wrap;html=1;container=1;dropTarget=0;collapsible=0;recursiveResize=0;outlineConnect=0;portConstraint=eastwest;newEdgeStyle={&quot;curved&quot;:0,&quot;rounded&quot;:0};" parent="1" vertex="1">
                    <mxGeometry x="930" y="70" width="260" height="1070" as="geometry"/>
                </mxCell>
-                 <mxCell id="101" value="" style="html=1;points=[[0,0,0,0,5],[0,1,0,0,-5],[1,0,0,0,5],[1,1,0,0,-5]];perimeter=orthogonalPerimeter;outlineConnect=0;targetShapes=umlLifeline;portConstraint=eastwest;newEdgeStyle={&quot;curved&quot;:0,&quot;rounded&quot;:0};" vertex="1" parent="76">
+                 <mxCell id="101" value="" style="html=1;points=[[0,0,0,0,5],[0,1,0,0,-5],[1,0,0,0,5],[1,1,0,0,-5]];perimeter=orthogonalPerimeter;outlineConnect=0;targetShapes=umlLifeline;portConstraint=eastwest;newEdgeStyle={&quot;curved&quot;:0,&quot;rounded&quot;:0};" parent="76" vertex="1">
                    <mxGeometry x="125" y="850" width="10" height="80" as="geometry"/>
                </mxCell>
-                 <mxCell id="78" value="" style="endArrow=open;endFill=1;endSize=12;html=1;" edge="1" parent="1" target="76">
+                 <mxCell id="78" value="" style="endArrow=open;endFill=1;endSize=12;html=1;" parent="1" target="76" edge="1">
                    <mxGeometry width="160" relative="1" as="geometry">
                        <mxPoint x="243" y="930" as="sourcePoint"/>
                        <mxPoint x="510" y="930" as="targetPoint"/>
                        <Array as="points">
                            <mxPoint x="383.5" y="930"/>
                        </Array>
                    </mxGeometry>
                </mxCell>
-                 <mxCell id="79" value="Restore()" style="text;html=1;align=center;verticalAlign=middle;resizable=0;points=[];autosize=1;strokeColor=none;fillColor=none;" vertex="1" parent="1">
+                 <mxCell id="79" value="Restore()" style="text;html=1;align=center;verticalAlign=middle;resizable=0;points=[];autosize=1;strokeColor=none;fillColor=none;" parent="1" vertex="1">
                    <mxGeometry x="599" y="901" width="70" height="30" as="geometry"/>
                </mxCell>
-                 <mxCell id="82" value="Domain Object" style="text;html=1;align=center;verticalAlign=middle;resizable=0;points=[];autosize=1;strokeColor=none;fillColor=none;" vertex="1" parent="1">
+                 <mxCell id="82" value="Domain Object" style="text;html=1;align=center;verticalAlign=middle;resizable=0;points=[];autosize=1;strokeColor=none;fillColor=none;" parent="1" vertex="1">
                    <mxGeometry x="584" y="950" width="100" height="30" as="geometry"/>
                </mxCell>
-                 <mxCell id="83" value="" style="endArrow=open;endFill=1;endSize=12;html=1;" edge="1" parent="1" target="13">
+                 <mxCell id="83" value="" style="endArrow=open;endFill=1;endSize=12;html=1;" parent="1" target="13" edge="1">
                    <mxGeometry width="160" relative="1" as="geometry">
                        <mxPoint x="1060" y="976" as="sourcePoint"/>
                        <mxPoint x="890" y="976" as="targetPoint"/>
                        <Array as="points">
                            <mxPoint x="1040.5" y="976"/>
                        </Array>
                    </mxGeometry>
                </mxCell>
-                 <mxCell id="84" value="" style="endArrow=open;endFill=1;endSize=12;html=1;" edge="1" parent="1" target="39">
+                 <mxCell id="84" value="" style="endArrow=open;endFill=1;endSize=12;html=1;" parent="1" target="39" edge="1">
                    <mxGeometry width="160" relative="1" as="geometry">
                        <mxPoint x="250" y="1039" as="sourcePoint"/>
                        <mxPoint x="1067" y="1039" as="targetPoint"/>
                        <Array as="points">
                            <mxPoint x="390.5" y="1039"/>
                        </Array>
                    </mxGeometry>
                </mxCell>
-                 <mxCell id="85" value="Register()" style="text;html=1;align=center;verticalAlign=middle;resizable=0;points=[];autosize=1;strokeColor=none;fillColor=none;" vertex="1" parent="1">
+                 <mxCell id="85" value="Register()" style="text;html=1;align=center;verticalAlign=middle;resizable=0;points=[];autosize=1;strokeColor=none;fillColor=none;" parent="1" vertex="1">
                    <mxGeometry x="780" y="1010" width="80" height="30" as="geometry"/>
                </mxCell>
-                 <mxCell id="86" value="&lt;font style=&quot;&quot;&gt;&lt;span style=&quot;font-family: Consolas, &amp;quot;Courier New&amp;quot;, monospace; font-size: 14px; white-space: pre;&quot;&gt;&lt;font style=&quot;color: light-dark(rgb(0, 0, 0), rgb(255, 255, 255));&quot;&gt;EmployeeRepository&lt;/font&gt;&lt;/span&gt;&lt;/font&gt;" style="shape=umlLifeline;perimeter=lifelinePerimeter;whiteSpace=wrap;html=1;container=1;dropTarget=0;collapsible=0;recursiveResize=0;outlineConnect=0;portConstraint=eastwest;newEdgeStyle={&quot;curved&quot;:0,&quot;rounded&quot;:0};" vertex="1" parent="1">
+                 <mxCell id="86" value="&lt;font style=&quot;&quot;&gt;&lt;span style=&quot;font-family: Consolas, &amp;quot;Courier New&amp;quot;, monospace; font-size: 14px; white-space: pre;&quot;&gt;&lt;font style=&quot;color: light-dark(rgb(0, 0, 0), rgb(255, 255, 255));&quot;&gt;EmployeeRepository&lt;/font&gt;&lt;/span&gt;&lt;/font&gt;" style="shape=umlLifeline;perimeter=lifelinePerimeter;whiteSpace=wrap;html=1;container=1;dropTarget=0;collapsible=0;recursiveResize=0;outlineConnect=0;portConstraint=eastwest;newEdgeStyle={&quot;curved&quot;:0,&quot;rounded&quot;:0};" parent="1" vertex="1">
                    <mxGeometry x="1739" y="70" width="260" height="1260" as="geometry"/>
                </mxCell>
-                 <mxCell id="107" value="" style="html=1;points=[[0,0,0,0,5],[0,1,0,0,-5],[1,0,0,0,5],[1,1,0,0,-5]];perimeter=orthogonalPerimeter;outlineConnect=0;targetShapes=umlLifeline;portConstraint=eastwest;newEdgeStyle={&quot;curved&quot;:0,&quot;rounded&quot;:0};" vertex="1" parent="86">
+                 <mxCell id="107" value="" style="html=1;points=[[0,0,0,0,5],[0,1,0,0,-5],[1,0,0,0,5],[1,1,0,0,-5]];perimeter=orthogonalPerimeter;outlineConnect=0;targetShapes=umlLifeline;portConstraint=eastwest;newEdgeStyle={&quot;curved&quot;:0,&quot;rounded&quot;:0};" parent="86" vertex="1">
                    <mxGeometry x="125" y="1000" width="10" height="210" as="geometry"/>
                </mxCell>
-                 <mxCell id="87" value="" style="endArrow=open;endFill=1;endSize=12;html=1;" edge="1" parent="1" target="86">
+                 <mxCell id="87" value="" style="endArrow=open;endFill=1;endSize=12;html=1;" parent="1" target="86" edge="1">
                    <mxGeometry width="160" relative="1" as="geometry">
                        <mxPoint x="1331" y="1080" as="sourcePoint"/>
                        <mxPoint x="1820" y="1080" as="targetPoint"/>
                        <Array as="points">
                            <mxPoint x="1471.5" y="1080"/>
                        </Array>
                    </mxGeometry>
                </mxCell>
-                 <mxCell id="88" value="Create()" style="text;html=1;align=center;verticalAlign=middle;resizable=0;points=[];autosize=1;strokeColor=none;fillColor=none;" vertex="1" parent="1">
+                 <mxCell id="88" value="Create()" style="text;html=1;align=center;verticalAlign=middle;resizable=0;points=[];autosize=1;strokeColor=none;fillColor=none;" parent="1" vertex="1">
                    <mxGeometry x="1570" y="1040" width="70" height="30" as="geometry"/>
                </mxCell>
-                 <mxCell id="89" value="" style="endArrow=open;endFill=1;endSize=12;html=1;entryX=0.504;entryY=0.802;entryDx=0;entryDy=0;entryPerimeter=0;" edge="1" parent="1" target="50">
+                 <mxCell id="89" value="" style="endArrow=open;endFill=1;endSize=12;html=1;entryX=0.504;entryY=0.802;entryDx=0;entryDy=0;entryPerimeter=0;" parent="1" target="50" edge="1">
                    <mxGeometry width="160" relative="1" as="geometry">
                        <mxPoint x="1870" y="1120" as="sourcePoint"/>
                        <mxPoint x="2408" y="1120" as="targetPoint"/>
                        <Array as="points">
                            <mxPoint x="2010.5" y="1120"/>
                        </Array>
                    </mxGeometry>
                </mxCell>
-                 <mxCell id="90" value="Convert()" style="text;html=1;align=center;verticalAlign=middle;resizable=0;points=[];autosize=1;strokeColor=none;fillColor=none;" vertex="1" parent="1">
+                 <mxCell id="90" value="Convert()" style="text;html=1;align=center;verticalAlign=middle;resizable=0;points=[];autosize=1;strokeColor=none;fillColor=none;" parent="1" vertex="1">
                    <mxGeometry x="2109" y="1080" width="70" height="30" as="geometry"/>
                </mxCell>
-                 <mxCell id="91" value="" style="endArrow=open;endFill=1;endSize=12;html=1;entryX=0.504;entryY=0.869;entryDx=0;entryDy=0;entryPerimeter=0;" edge="1" parent="1" target="86">
+                 <mxCell id="91" value="" style="endArrow=open;endFill=1;endSize=12;html=1;entryX=0.504;entryY=0.869;entryDx=0;entryDy=0;entryPerimeter=0;" parent="1" target="86" edge="1">
                    <mxGeometry width="160" relative="1" as="geometry">
                        <mxPoint x="2419" y="1165" as="sourcePoint"/>
                        <mxPoint x="1880" y="1165" as="targetPoint"/>
                        <Array as="points"/>
                    </mxGeometry>
                </mxCell>
-                 <mxCell id="92" value="Entity" style="text;html=1;align=center;verticalAlign=middle;resizable=0;points=[];autosize=1;strokeColor=none;fillColor=none;" vertex="1" parent="1">
+                 <mxCell id="92" value="Entity" style="text;html=1;align=center;verticalAlign=middle;resizable=0;points=[];autosize=1;strokeColor=none;fillColor=none;" parent="1" vertex="1">
                    <mxGeometry x="2250" y="1139" width="50" height="30" as="geometry"/>
                </mxCell>
-                 <mxCell id="93" value="" style="endArrow=open;endFill=1;endSize=12;html=1;" edge="1" parent="1" target="45">
+                 <mxCell id="93" value="" style="endArrow=open;endFill=1;endSize=12;html=1;" parent="1" target="45" edge="1">
                    <mxGeometry width="160" relative="1" as="geometry">
                        <mxPoint x="1869" y="1220" as="sourcePoint"/>
                        <mxPoint x="2419" y="1221" as="targetPoint"/>
                        <Array as="points">
                            <mxPoint x="2009.5" y="1220"/>
                        </Array>
                    </mxGeometry>
                </mxCell>
-                 <mxCell id="94" value="Add()" style="text;html=1;align=center;verticalAlign=middle;resizable=0;points=[];autosize=1;strokeColor=none;fillColor=none;" vertex="1" parent="1">
+                 <mxCell id="94" value="Add()" style="text;html=1;align=center;verticalAlign=middle;resizable=0;points=[];autosize=1;strokeColor=none;fillColor=none;" parent="1" vertex="1">
                    <mxGeometry x="1980" y="1180" width="50" height="30" as="geometry"/>
                </mxCell>
-                 <mxCell id="95" value="" style="endArrow=open;endFill=1;endSize=12;html=1;" edge="1" parent="1">
+                 <mxCell id="95" value="" style="endArrow=open;endFill=1;endSize=12;html=1;" parent="1" edge="1">
                    <mxGeometry width="160" relative="1" as="geometry">
                        <mxPoint x="1870" y="1270" as="sourcePoint"/>
                        <mxPoint x="2140" y="1270" as="targetPoint"/>
                        <Array as="points">
                            <mxPoint x="2010.5" y="1270"/>
                        </Array>
                    </mxGeometry>
                </mxCell>
-                 <mxCell id="96" value="SaveChanges()" style="text;html=1;align=center;verticalAlign=middle;resizable=0;points=[];autosize=1;strokeColor=none;fillColor=none;" vertex="1" parent="1">
+                 <mxCell id="96" value="SaveChanges()" style="text;html=1;align=center;verticalAlign=middle;resizable=0;points=[];autosize=1;strokeColor=none;fillColor=none;" parent="1" vertex="1">
                    <mxGeometry x="1951" y="1230" width="110" height="30" as="geometry"/>
+                 </mxCell>
+                 <mxCell id="108" value="" style="endArrow=open;endFill=1;endSize=12;html=1;" edge="1" parent="1">
+                     <mxGeometry width="160" relative="1" as="geometry">
+                         <mxPoint x="790" y="594.38" as="sourcePoint"/>
+                         <mxPoint x="1318" y="594.38" as="targetPoint"/>
+                         <Array as="points">
+                             <mxPoint x="922.5" y="594.38"/>
+                         </Array>
+                     </mxGeometry>
                </mxCell>
            </root>
        </mxGraphModel>
    </diagram>
</mxfile>